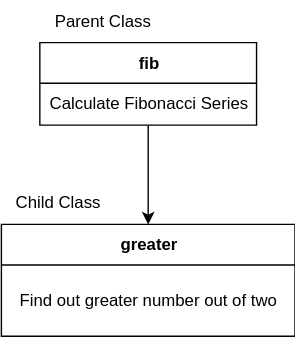
The draw.io diagram 06.LEC.11.10.2022/singleInheritance/Single Inheritance Diagram.svg in DhruvBhirud/dailyJavaAssignments, before a commit. Source tidied: cells renumbered, new cells last; positions are measured from the earlier drawing's top-left corner, leaving out a move shared by most shapes. Source of this version:
```xml
<mxGraphModel>
  <root>
    <mxCell id="0" />
    <mxCell id="1" parent="0" />
    <mxCell id="2" value="fib" style="swimlane;fontStyle=1;align=center;verticalAlign=middle;horizontal=1;startSize=29;html=1;" parent="1" vertex="1">
      <mxGeometry x="28" y="30" width="155" height="59" as="geometry" />
    </mxCell>
    <mxCell id="3" value="Calculate Fibonacci Series" style="text;html=1;align=center;verticalAlign=middle;points=[];" parent="2" vertex="1">
      <mxGeometry y="29" width="155" height="30" as="geometry" />
    </mxCell>
    <mxCell id="4" value="greater" style="swimlane;fontStyle=1;align=center;verticalAlign=middle;horizontal=1;startSize=29;html=1;" parent="1" vertex="1">
      <mxGeometry x="0.5" y="160" width="210" height="80" as="geometry" />
    </mxCell>
    <mxCell id="5" value="Find out greater number out of two" style="text;html=1;align=center;verticalAlign=middle;spacingLeft=4;spacingRight=4;overflow=hidden;" parent="4" vertex="1">
      <mxGeometry y="29" width="210" height="51" as="geometry" />
    </mxCell>
    <mxCell id="6" style="edgeStyle=orthogonalEdgeStyle;rounded=0;jettySize=auto;html=1;" parent="1" edge="1" source="3" target="4">
      <mxGeometry relative="1" as="geometry" />
    </mxCell>
    <mxCell id="7" value="Parent Class" style="text;html=1;align=center;verticalAlign=middle;strokeColor=none;fillColor=none;" parent="1" vertex="1">
      <mxGeometry x="28" width="90" height="30" as="geometry" />
    </mxCell>
    <mxCell id="8" value="Child Class" style="text;html=1;align=center;verticalAlign=middle;" parent="1" vertex="1">
      <mxGeometry x="0.5" y="130" width="80" height="30" as="geometry" />
    </mxCell>
  </root>
</mxGraphModel>
```
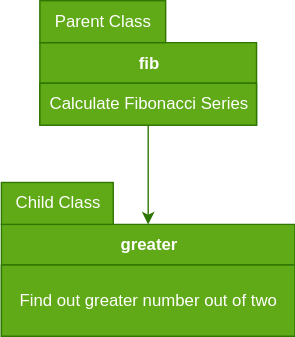
Later version of the same file.

The edit, as a diff of the source:
```diff
@@ -2,25 +2,25 @@
   <root>
     <mxCell id="0" />
     <mxCell id="1" parent="0" />
-    <mxCell id="2" value="fib" style="swimlane;fontStyle=1;align=center;verticalAlign=middle;horizontal=1;startSize=29;html=1;" parent="1" vertex="1">
+    <mxCell id="2" value="fib" style="swimlane;fontStyle=1;align=center;verticalAlign=middle;horizontal=1;startSize=29;html=1;fillColor=#60a917;fontColor=#ffffff;strokeColor=#2D7600;" parent="1" vertex="1">
       <mxGeometry x="28" y="30" width="155" height="59" as="geometry" />
     </mxCell>
-    <mxCell id="3" value="Calculate Fibonacci Series" style="text;html=1;align=center;verticalAlign=middle;points=[];" parent="2" vertex="1">
+    <mxCell id="3" value="Calculate Fibonacci Series" style="text;html=1;align=center;verticalAlign=middle;points=[];fillColor=#60a917;fontColor=#ffffff;strokeColor=#2D7600;" parent="2" vertex="1">
       <mxGeometry y="29" width="155" height="30" as="geometry" />
     </mxCell>
-    <mxCell id="4" value="greater" style="swimlane;fontStyle=1;align=center;verticalAlign=middle;horizontal=1;startSize=29;html=1;" parent="1" vertex="1">
+    <mxCell id="4" value="greater" style="swimlane;fontStyle=1;align=center;verticalAlign=middle;horizontal=1;startSize=29;html=1;fillColor=#60a917;fontColor=#ffffff;strokeColor=#2D7600;" parent="1" vertex="1">
       <mxGeometry x="0.5" y="160" width="210" height="80" as="geometry" />
     </mxCell>
-    <mxCell id="5" value="Find out greater number out of two" style="text;html=1;align=center;verticalAlign=middle;spacingLeft=4;spacingRight=4;overflow=hidden;" parent="4" vertex="1">
+    <mxCell id="5" value="Find out greater number out of two" style="text;html=1;align=center;verticalAlign=middle;spacingLeft=4;spacingRight=4;overflow=hidden;fillColor=#60a917;fontColor=#ffffff;strokeColor=#2D7600;" parent="4" vertex="1">
       <mxGeometry y="29" width="210" height="51" as="geometry" />
     </mxCell>
-    <mxCell id="6" style="edgeStyle=orthogonalEdgeStyle;rounded=0;jettySize=auto;html=1;" parent="1" edge="1" source="3" target="4">
+    <mxCell id="6" style="edgeStyle=orthogonalEdgeStyle;rounded=0;jettySize=auto;html=1;fillColor=#60a917;strokeColor=#2D7600;" parent="1" edge="1" source="3" target="4">
       <mxGeometry relative="1" as="geometry" />
     </mxCell>
-    <mxCell id="7" value="Parent Class" style="text;html=1;align=center;verticalAlign=middle;strokeColor=none;fillColor=none;" parent="1" vertex="1">
+    <mxCell id="7" value="Parent Class" style="text;html=1;align=center;verticalAlign=middle;fillColor=#60a917;fontColor=#ffffff;strokeColor=#2D7600;" parent="1" vertex="1">
       <mxGeometry x="28" width="90" height="30" as="geometry" />
     </mxCell>
-    <mxCell id="8" value="Child Class" style="text;html=1;align=center;verticalAlign=middle;" parent="1" vertex="1">
+    <mxCell id="8" value="Child Class" style="text;html=1;align=center;verticalAlign=middle;fillColor=#60a917;fontColor=#ffffff;strokeColor=#2D7600;" parent="1" vertex="1">
       <mxGeometry x="0.5" y="130" width="80" height="30" as="geometry" />
     </mxCell>
   </root>
```
